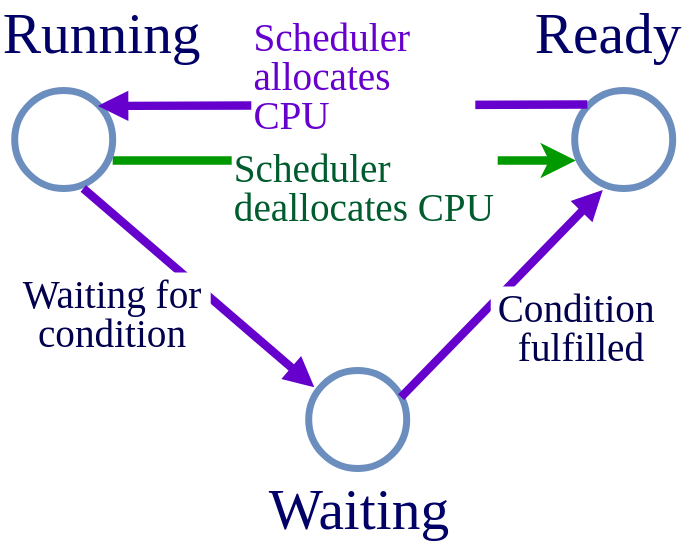
This is ParProg/img/scheduler.svg from grnin/Zusammenfassungen, a draw.io export, as it was before one commit. Source tidied: cells renumbered, new cells last; positions are measured from the earlier drawing's top-left corner, leaving out a move shared by most shapes. The source it was exported from:
```xml
<mxGraphModel>
  <root>
    <mxCell id="0" />
    <mxCell id="1" parent="0" />
    <mxCell id="2" style="edgeStyle=orthogonalEdgeStyle;html=1;strokeColor=#009900;strokeWidth=6;fontFamily=Helvetica;fontSize=12;fontColor=#000000;startArrow=none;endArrow=classic;endFill=0;entryX=0;entryY=1;entryDx=0;entryDy=0;" parent="1" edge="1">
      <mxGeometry relative="1" as="geometry">
        <mxPoint x="80" y="110" as="sourcePoint" />
        <mxPoint x="410.8" y="110" as="targetPoint" />
        <Array as="points">
          <mxPoint x="180.5" y="110.2" />
          <mxPoint x="180.5" y="110.2" />
        </Array>
      </mxGeometry>
    </mxCell>
    <mxCell id="3" style="ellipse;whiteSpace=wrap;html=1;strokeColor=#6c8ebf;strokeWidth=5;spacingLeft=10;spacingRight=5;spacingTop=8;spacingBottom=8;fontFamily=Helvetica;fontSize=12;fillColor=none;" parent="1" vertex="1">
      <mxGeometry x="10" y="60" width="70" height="70" as="geometry" />
    </mxCell>
    <mxCell id="4" style="ellipse;whiteSpace=wrap;html=1;strokeColor=#6c8ebf;strokeWidth=5;spacingLeft=10;spacingRight=5;spacingTop=8;spacingBottom=8;fontFamily=Helvetica;fontSize=12;fillColor=none;" parent="1" vertex="1">
      <mxGeometry x="220" y="260" width="70" height="70" as="geometry" />
    </mxCell>
    <mxCell id="5" style="ellipse;whiteSpace=wrap;html=1;strokeColor=#6c8ebf;strokeWidth=5;spacingLeft=10;spacingRight=5;spacingTop=8;spacingBottom=8;fontFamily=Helvetica;fontSize=12;fillColor=none;" parent="1" vertex="1">
      <mxGeometry x="410" y="60" width="70" height="70" as="geometry" />
    </mxCell>
    <mxCell id="6" value="&lt;font style=&quot;color: rgb(0, 0, 102); font-size: 41px;&quot; face=&quot;Calibri&quot;&gt;Ready&lt;/font&gt;" style="text;strokeColor=none;align=left;fillColor=none;html=1;verticalAlign=middle;whiteSpace=wrap;rounded=0;fontFamily=Helvetica;fontSize=12;fontColor=#000066;" parent="1" vertex="1">
      <mxGeometry x="380" width="110" height="40" as="geometry" />
    </mxCell>
    <mxCell id="7" value="&lt;font style=&quot;color: rgb(0, 0, 102); font-size: 41px;&quot; face=&quot;Calibri&quot;&gt;Running&lt;/font&gt;" style="text;strokeColor=none;align=left;fillColor=none;html=1;verticalAlign=middle;whiteSpace=wrap;rounded=0;fontFamily=Helvetica;fontSize=12;fontColor=#000066;" parent="1" vertex="1">
      <mxGeometry width="130" height="40" as="geometry" />
    </mxCell>
    <mxCell id="8" style="edgeStyle=orthogonalEdgeStyle;html=1;strokeColor=#6600CC;strokeWidth=6;fontFamily=Helvetica;fontSize=12;fontColor=#000000;startArrow=none;endArrow=block;endFill=1;" parent="1" edge="1">
      <mxGeometry relative="1" as="geometry">
        <mxPoint x="419" y="70" as="sourcePoint" />
        <mxPoint x="69.5" y="71" as="targetPoint" />
        <Array as="points">
          <mxPoint x="419" y="70" />
          <mxPoint x="419" y="71" />
        </Array>
      </mxGeometry>
    </mxCell>
    <mxCell id="9" value="&lt;font style=&quot;color: rgb(0, 0, 102); font-size: 41px;&quot; face=&quot;Calibri&quot;&gt;Waiting&lt;/font&gt;" style="text;strokeColor=none;align=left;fillColor=none;html=1;verticalAlign=middle;whiteSpace=wrap;rounded=0;fontFamily=Helvetica;fontSize=12;fontColor=#000066;" parent="1" vertex="1">
      <mxGeometry x="190" y="340" width="130" height="40" as="geometry" />
    </mxCell>
    <mxCell id="10" value="&lt;font style=&quot;font-size: 28px; color: rgb(102, 0, 204); line-height: 100%;&quot; face=&quot;Calibri&quot;&gt;Scheduler allocates CPU&lt;/font&gt;" style="text;strokeColor=none;align=left;fillColor=default;html=1;verticalAlign=middle;whiteSpace=wrap;rounded=0;fontFamily=Helvetica;fontSize=12;fontColor=#000066;" parent="1" vertex="1">
      <mxGeometry x="179" y="20" width="160" height="60" as="geometry" />
    </mxCell>
    <mxCell id="11" value="&lt;font style=&quot;font-size: 28px; line-height: 100%; color: rgb(0, 92, 46);&quot; face=&quot;Calibri&quot;&gt;Scheduler&lt;/font&gt;&lt;div style=&quot;line-height: 100%;&quot;&gt;&lt;font style=&quot;font-size: 28px; line-height: 100%; color: rgb(0, 92, 46);&quot; face=&quot;Calibri&quot;&gt;deallocates CPU&lt;/font&gt;&lt;/div&gt;" style="text;strokeColor=none;align=left;fillColor=default;html=1;verticalAlign=middle;whiteSpace=wrap;rounded=0;fontFamily=Helvetica;fontSize=12;fontColor=#000066;" parent="1" vertex="1">
      <mxGeometry x="165" y="100" width="190" height="60" as="geometry" />
    </mxCell>
    <mxCell id="12" style="edgeStyle=none;jettySize=auto;html=1;rounded=1;strokeColor=#6600CC;strokeWidth=6;align=center;verticalAlign=middle;fontFamily=Helvetica;fontSize=12;fontColor=#000000;labelBackgroundColor=default;startArrow=none;endArrow=block;endFill=1;exitX=0.7;exitY=1;exitDx=0;exitDy=0;exitPerimeter=0;entryX=0.057;entryY=0.171;entryDx=0;entryDy=0;entryPerimeter=0;" parent="1" edge="1" source="3" target="4">
      <mxGeometry relative="1" as="geometry" />
    </mxCell>
    <mxCell id="13" value="&lt;font face=&quot;Calibri&quot; style=&quot;font-size: 28px; line-height: 100%; color: rgb(0, 0, 77);&quot;&gt;Waiting for condition&lt;/font&gt;" style="text;strokeColor=none;align=center;fillColor=default;html=1;verticalAlign=middle;whiteSpace=wrap;rounded=0;fontFamily=Helvetica;fontSize=12;fontColor=#000066;" parent="1" vertex="1">
      <mxGeometry x="10" y="190" width="140" height="60" as="geometry" />
    </mxCell>
    <mxCell id="14" style="edgeStyle=none;jettySize=auto;html=1;rounded=1;strokeColor=#6600CC;strokeWidth=6;align=center;verticalAlign=middle;fontFamily=Helvetica;fontSize=12;fontColor=#000000;labelBackgroundColor=default;startArrow=none;endArrow=block;endFill=1;exitX=0.943;exitY=0.271;exitDx=0;exitDy=0;exitPerimeter=0;entryX=0.286;entryY=1.014;entryDx=0;entryDy=0;entryPerimeter=0;" parent="1" edge="1" source="4" target="5">
      <mxGeometry relative="1" as="geometry" />
    </mxCell>
    <mxCell id="15" value="&lt;font face=&quot;Calibri&quot; style=&quot;font-size: 28px; line-height: 100%; color: rgb(0, 0, 77);&quot;&gt;Condition&amp;nbsp;&lt;/font&gt;&lt;div&gt;&lt;font face=&quot;Calibri&quot; style=&quot;font-size: 28px; line-height: 100%; color: rgb(0, 0, 77);&quot;&gt;fulfilled&lt;/font&gt;&lt;/div&gt;" style="text;strokeColor=none;align=center;fillColor=default;html=1;verticalAlign=middle;whiteSpace=wrap;rounded=0;fontFamily=Helvetica;fontSize=12;fontColor=#000066;" parent="1" vertex="1">
      <mxGeometry x="350" y="200" width="130" height="60" as="geometry" />
    </mxCell>
  </root>
</mxGraphModel>
```
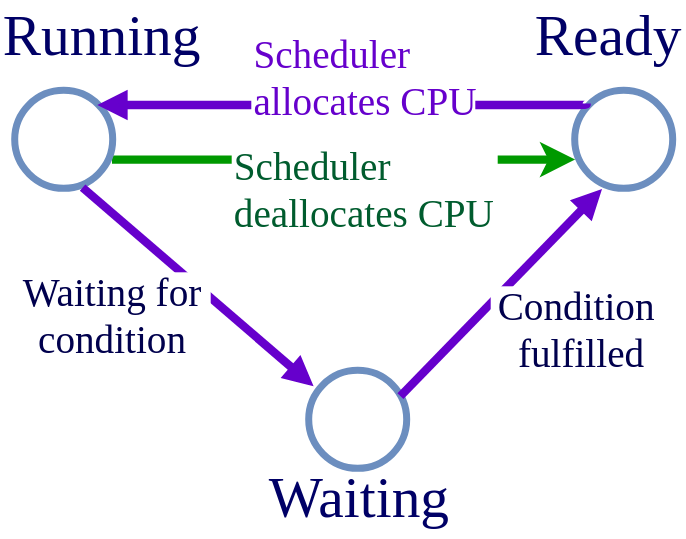
After the commit.

Change to the diagram source:
```diff
@@ -2,7 +2,7 @@
   <root>
     <mxCell id="0" />
     <mxCell id="1" parent="0" />
-    <mxCell id="2" style="edgeStyle=orthogonalEdgeStyle;html=1;strokeColor=#009900;strokeWidth=6;fontFamily=Helvetica;fontSize=12;fontColor=#000000;startArrow=none;endArrow=classic;endFill=0;entryX=0;entryY=1;entryDx=0;entryDy=0;" parent="1" edge="1">
+    <mxCell id="2" style="edgeStyle=orthogonalEdgeStyle;html=1;strokeColor=#009900;strokeWidth=6;fontFamily=Helvetica;fontSize=12;fontColor=#000000;startArrow=none;endArrow=classic;endFill=0;entryX=0;entryY=1;entryDx=0;entryDy=0;convertToSvg=1;" parent="1" edge="1">
       <mxGeometry relative="1" as="geometry">
         <mxPoint x="80" y="110" as="sourcePoint" />
         <mxPoint x="410.8" y="110" as="targetPoint" />
@@ -12,22 +12,22 @@
         </Array>
       </mxGeometry>
     </mxCell>
-    <mxCell id="3" style="ellipse;whiteSpace=wrap;html=1;strokeColor=#6c8ebf;strokeWidth=5;spacingLeft=10;spacingRight=5;spacingTop=8;spacingBottom=8;fontFamily=Helvetica;fontSize=12;fillColor=none;" parent="1" vertex="1">
+    <mxCell id="3" style="ellipse;whiteSpace=wrap;html=1;strokeColor=#6c8ebf;strokeWidth=5;spacingLeft=10;spacingRight=5;spacingTop=8;spacingBottom=8;fontFamily=Helvetica;fontSize=12;fillColor=none;convertToSvg=1;svgWhiteSpace=wrap;" parent="1" vertex="1">
       <mxGeometry x="10" y="60" width="70" height="70" as="geometry" />
     </mxCell>
-    <mxCell id="4" style="ellipse;whiteSpace=wrap;html=1;strokeColor=#6c8ebf;strokeWidth=5;spacingLeft=10;spacingRight=5;spacingTop=8;spacingBottom=8;fontFamily=Helvetica;fontSize=12;fillColor=none;" parent="1" vertex="1">
+    <mxCell id="4" style="ellipse;whiteSpace=wrap;html=1;strokeColor=#6c8ebf;strokeWidth=5;spacingLeft=10;spacingRight=5;spacingTop=8;spacingBottom=8;fontFamily=Helvetica;fontSize=12;fillColor=none;convertToSvg=1;svgWhiteSpace=wrap;" parent="1" vertex="1">
       <mxGeometry x="220" y="260" width="70" height="70" as="geometry" />
     </mxCell>
-    <mxCell id="5" style="ellipse;whiteSpace=wrap;html=1;strokeColor=#6c8ebf;strokeWidth=5;spacingLeft=10;spacingRight=5;spacingTop=8;spacingBottom=8;fontFamily=Helvetica;fontSize=12;fillColor=none;" parent="1" vertex="1">
+    <mxCell id="5" style="ellipse;whiteSpace=wrap;html=1;strokeColor=#6c8ebf;strokeWidth=5;spacingLeft=10;spacingRight=5;spacingTop=8;spacingBottom=8;fontFamily=Helvetica;fontSize=12;fillColor=none;convertToSvg=1;svgWhiteSpace=wrap;" parent="1" vertex="1">
       <mxGeometry x="410" y="60" width="70" height="70" as="geometry" />
     </mxCell>
-    <mxCell id="6" value="&lt;font style=&quot;color: rgb(0, 0, 102); font-size: 41px;&quot; face=&quot;Calibri&quot;&gt;Ready&lt;/font&gt;" style="text;strokeColor=none;align=left;fillColor=none;html=1;verticalAlign=middle;whiteSpace=wrap;rounded=0;fontFamily=Helvetica;fontSize=12;fontColor=#000066;" parent="1" vertex="1">
+    <mxCell id="6" value="&lt;font style=&quot;color: rgb(0, 0, 102); font-size: 41px;&quot; face=&quot;Calibri&quot;&gt;Ready&lt;/font&gt;" style="text;strokeColor=none;align=left;fillColor=none;html=1;verticalAlign=bottom;whiteSpace=wrap;rounded=0;fontFamily=Helvetica;fontSize=12;fontColor=#000066;convertToSvg=1;svgWhiteSpace=wrap;" parent="1" vertex="1">
       <mxGeometry x="380" width="110" height="40" as="geometry" />
     </mxCell>
-    <mxCell id="7" value="&lt;font style=&quot;color: rgb(0, 0, 102); font-size: 41px;&quot; face=&quot;Calibri&quot;&gt;Running&lt;/font&gt;" style="text;strokeColor=none;align=left;fillColor=none;html=1;verticalAlign=middle;whiteSpace=wrap;rounded=0;fontFamily=Helvetica;fontSize=12;fontColor=#000066;" parent="1" vertex="1">
+    <mxCell id="7" value="&lt;font style=&quot;color: rgb(0, 0, 102); font-size: 41px;&quot; face=&quot;Calibri&quot;&gt;Running&lt;/font&gt;" style="text;strokeColor=none;align=left;fillColor=none;html=1;verticalAlign=bottom;whiteSpace=wrap;rounded=0;fontFamily=Helvetica;fontSize=12;fontColor=#000066;convertToSvg=1;svgWhiteSpace=wrap;" parent="1" vertex="1">
       <mxGeometry width="130" height="40" as="geometry" />
     </mxCell>
-    <mxCell id="8" style="edgeStyle=orthogonalEdgeStyle;html=1;strokeColor=#6600CC;strokeWidth=6;fontFamily=Helvetica;fontSize=12;fontColor=#000000;startArrow=none;endArrow=block;endFill=1;" parent="1" edge="1">
+    <mxCell id="8" style="edgeStyle=orthogonalEdgeStyle;html=1;strokeColor=#6600CC;strokeWidth=6;fontFamily=Helvetica;fontSize=12;fontColor=#000000;startArrow=none;endArrow=block;endFill=1;convertToSvg=1;" parent="1" edge="1">
       <mxGeometry relative="1" as="geometry">
         <mxPoint x="419" y="70" as="sourcePoint" />
         <mxPoint x="69.5" y="71" as="targetPoint" />
@@ -37,25 +37,25 @@
         </Array>
       </mxGeometry>
     </mxCell>
-    <mxCell id="9" value="&lt;font style=&quot;color: rgb(0, 0, 102); font-size: 41px;&quot; face=&quot;Calibri&quot;&gt;Waiting&lt;/font&gt;" style="text;strokeColor=none;align=left;fillColor=none;html=1;verticalAlign=middle;whiteSpace=wrap;rounded=0;fontFamily=Helvetica;fontSize=12;fontColor=#000066;" parent="1" vertex="1">
+    <mxCell id="9" value="&lt;font style=&quot;color: rgb(0, 0, 102); font-size: 41px;&quot; face=&quot;Calibri&quot;&gt;Waiting&lt;/font&gt;" style="text;strokeColor=none;align=left;fillColor=none;html=1;verticalAlign=middle;whiteSpace=wrap;rounded=0;fontFamily=Helvetica;fontSize=12;fontColor=#000066;convertToSvg=1;svgWhiteSpace=wrap;" parent="1" vertex="1">
       <mxGeometry x="190" y="340" width="130" height="40" as="geometry" />
     </mxCell>
-    <mxCell id="10" value="&lt;font style=&quot;font-size: 28px; color: rgb(102, 0, 204); line-height: 100%;&quot; face=&quot;Calibri&quot;&gt;Scheduler allocates CPU&lt;/font&gt;" style="text;strokeColor=none;align=left;fillColor=default;html=1;verticalAlign=middle;whiteSpace=wrap;rounded=0;fontFamily=Helvetica;fontSize=12;fontColor=#000066;" parent="1" vertex="1">
+    <mxCell id="10" value="&lt;font style=&quot;font-size: 28px; color: rgb(102, 0, 204); line-height: 100%;&quot; face=&quot;Calibri&quot;&gt;Scheduler allocates CPU&lt;/font&gt;" style="text;strokeColor=none;align=left;fillColor=default;html=1;verticalAlign=middle;whiteSpace=wrap;rounded=0;fontFamily=Helvetica;fontSize=12;fontColor=#000066;convertToSvg=1;svgWhiteSpace=wrap;" parent="1" vertex="1">
       <mxGeometry x="179" y="20" width="160" height="60" as="geometry" />
     </mxCell>
-    <mxCell id="11" value="&lt;font style=&quot;font-size: 28px; line-height: 100%; color: rgb(0, 92, 46);&quot; face=&quot;Calibri&quot;&gt;Scheduler&lt;/font&gt;&lt;div style=&quot;line-height: 100%;&quot;&gt;&lt;font style=&quot;font-size: 28px; line-height: 100%; color: rgb(0, 92, 46);&quot; face=&quot;Calibri&quot;&gt;deallocates CPU&lt;/font&gt;&lt;/div&gt;" style="text;strokeColor=none;align=left;fillColor=default;html=1;verticalAlign=middle;whiteSpace=wrap;rounded=0;fontFamily=Helvetica;fontSize=12;fontColor=#000066;" parent="1" vertex="1">
+    <mxCell id="11" value="&lt;font style=&quot;font-size: 28px; line-height: 100%; color: rgb(0, 92, 46);&quot; face=&quot;Calibri&quot;&gt;Scheduler&lt;/font&gt;&lt;div style=&quot;line-height: 100%;&quot;&gt;&lt;font style=&quot;font-size: 28px; line-height: 100%; color: rgb(0, 92, 46);&quot; face=&quot;Calibri&quot;&gt;deallocates CPU&lt;/font&gt;&lt;/div&gt;" style="text;strokeColor=none;align=left;fillColor=default;html=1;verticalAlign=middle;whiteSpace=wrap;rounded=0;fontFamily=Helvetica;fontSize=12;fontColor=#000066;convertToSvg=1;svgWhiteSpace=wrap;" parent="1" vertex="1">
       <mxGeometry x="165" y="100" width="190" height="60" as="geometry" />
     </mxCell>
-    <mxCell id="12" style="edgeStyle=none;jettySize=auto;html=1;rounded=1;strokeColor=#6600CC;strokeWidth=6;align=center;verticalAlign=middle;fontFamily=Helvetica;fontSize=12;fontColor=#000000;labelBackgroundColor=default;startArrow=none;endArrow=block;endFill=1;exitX=0.7;exitY=1;exitDx=0;exitDy=0;exitPerimeter=0;entryX=0.057;entryY=0.171;entryDx=0;entryDy=0;entryPerimeter=0;" parent="1" edge="1" source="3" target="4">
+    <mxCell id="12" style="edgeStyle=none;jettySize=auto;html=1;rounded=1;strokeColor=#6600CC;strokeWidth=6;align=center;verticalAlign=middle;fontFamily=Helvetica;fontSize=12;fontColor=#000000;labelBackgroundColor=default;startArrow=none;endArrow=block;endFill=1;exitX=0.7;exitY=1;exitDx=0;exitDy=0;exitPerimeter=0;entryX=0.057;entryY=0.171;entryDx=0;entryDy=0;entryPerimeter=0;convertToSvg=1;" parent="1" edge="1" source="3" target="4">
       <mxGeometry relative="1" as="geometry" />
     </mxCell>
-    <mxCell id="13" value="&lt;font face=&quot;Calibri&quot; style=&quot;font-size: 28px; line-height: 100%; color: rgb(0, 0, 77);&quot;&gt;Waiting for condition&lt;/font&gt;" style="text;strokeColor=none;align=center;fillColor=default;html=1;verticalAlign=middle;whiteSpace=wrap;rounded=0;fontFamily=Helvetica;fontSize=12;fontColor=#000066;" parent="1" vertex="1">
+    <mxCell id="13" value="&lt;font face=&quot;Calibri&quot; style=&quot;font-size: 28px; line-height: 100%; color: rgb(0, 0, 77);&quot;&gt;Waiting for condition&lt;/font&gt;" style="text;strokeColor=none;align=center;fillColor=default;html=1;verticalAlign=middle;whiteSpace=wrap;rounded=0;fontFamily=Helvetica;fontSize=12;fontColor=#000066;convertToSvg=1;svgWhiteSpace=wrap;" parent="1" vertex="1">
       <mxGeometry x="10" y="190" width="140" height="60" as="geometry" />
     </mxCell>
-    <mxCell id="14" style="edgeStyle=none;jettySize=auto;html=1;rounded=1;strokeColor=#6600CC;strokeWidth=6;align=center;verticalAlign=middle;fontFamily=Helvetica;fontSize=12;fontColor=#000000;labelBackgroundColor=default;startArrow=none;endArrow=block;endFill=1;exitX=0.943;exitY=0.271;exitDx=0;exitDy=0;exitPerimeter=0;entryX=0.286;entryY=1.014;entryDx=0;entryDy=0;entryPerimeter=0;" parent="1" edge="1" source="4" target="5">
+    <mxCell id="14" style="edgeStyle=none;jettySize=auto;html=1;rounded=1;strokeColor=#6600CC;strokeWidth=6;align=center;verticalAlign=middle;fontFamily=Helvetica;fontSize=12;fontColor=#000000;labelBackgroundColor=default;startArrow=none;endArrow=block;endFill=1;exitX=0.943;exitY=0.271;exitDx=0;exitDy=0;exitPerimeter=0;entryX=0.286;entryY=1.014;entryDx=0;entryDy=0;entryPerimeter=0;convertToSvg=1;" parent="1" edge="1" source="4" target="5">
       <mxGeometry relative="1" as="geometry" />
     </mxCell>
-    <mxCell id="15" value="&lt;font face=&quot;Calibri&quot; style=&quot;font-size: 28px; line-height: 100%; color: rgb(0, 0, 77);&quot;&gt;Condition&amp;nbsp;&lt;/font&gt;&lt;div&gt;&lt;font face=&quot;Calibri&quot; style=&quot;font-size: 28px; line-height: 100%; color: rgb(0, 0, 77);&quot;&gt;fulfilled&lt;/font&gt;&lt;/div&gt;" style="text;strokeColor=none;align=center;fillColor=default;html=1;verticalAlign=middle;whiteSpace=wrap;rounded=0;fontFamily=Helvetica;fontSize=12;fontColor=#000066;" parent="1" vertex="1">
+    <mxCell id="15" value="&lt;font face=&quot;Calibri&quot; style=&quot;font-size: 28px; line-height: 100%; color: rgb(0, 0, 77);&quot;&gt;Condition&amp;nbsp;&lt;/font&gt;&lt;div&gt;&lt;font face=&quot;Calibri&quot; style=&quot;font-size: 28px; line-height: 100%; color: rgb(0, 0, 77);&quot;&gt;fulfilled&lt;/font&gt;&lt;/div&gt;" style="text;strokeColor=none;align=center;fillColor=default;html=1;verticalAlign=middle;whiteSpace=wrap;rounded=0;fontFamily=Helvetica;fontSize=12;fontColor=#000066;convertToSvg=1;svgWhiteSpace=wrap;" parent="1" vertex="1">
       <mxGeometry x="350" y="200" width="130" height="60" as="geometry" />
     </mxCell>
   </root>
```
